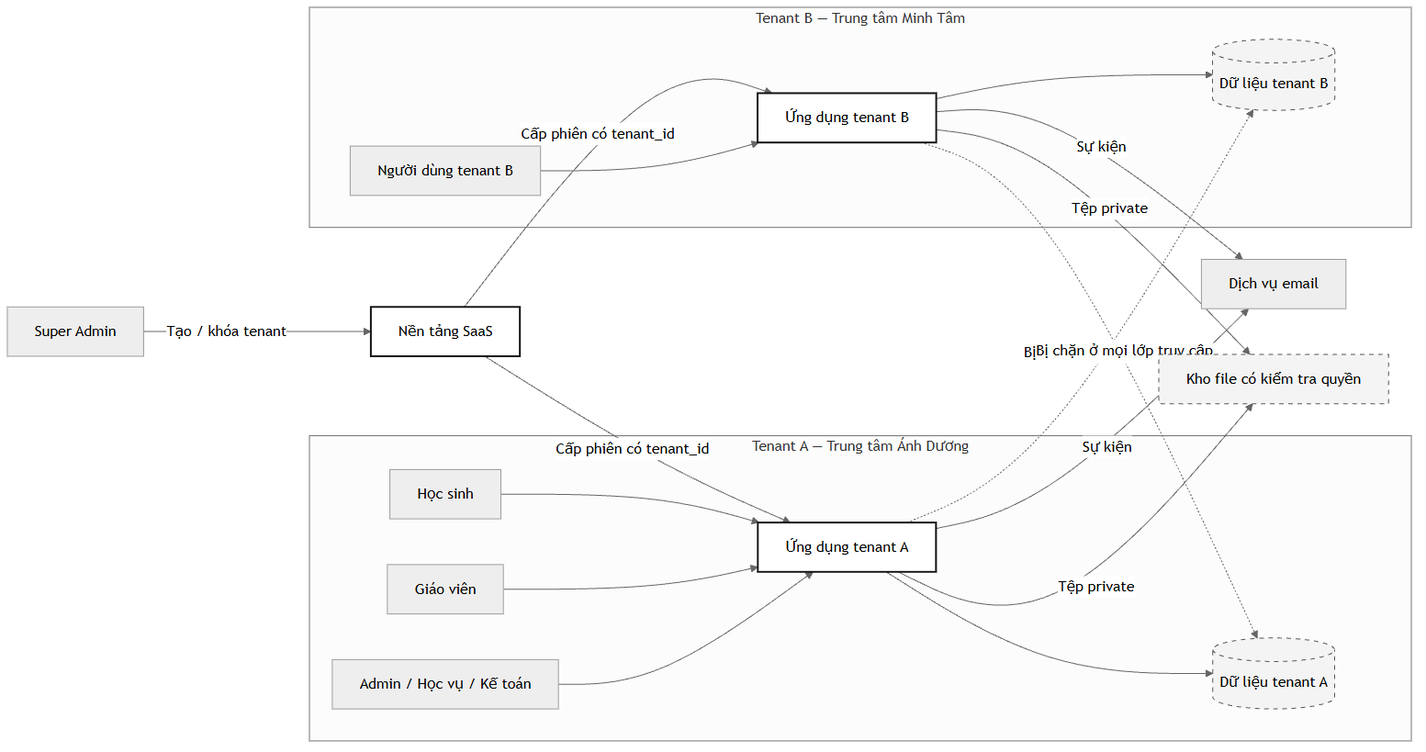
Earlier version of the Mermaid export docs/flows/rendered/png/FL-01-system-context.png (hieudn2412/class-manage-system). Its source is kept beside it as docs/flows/sources/FL-01-system-context.mmd.
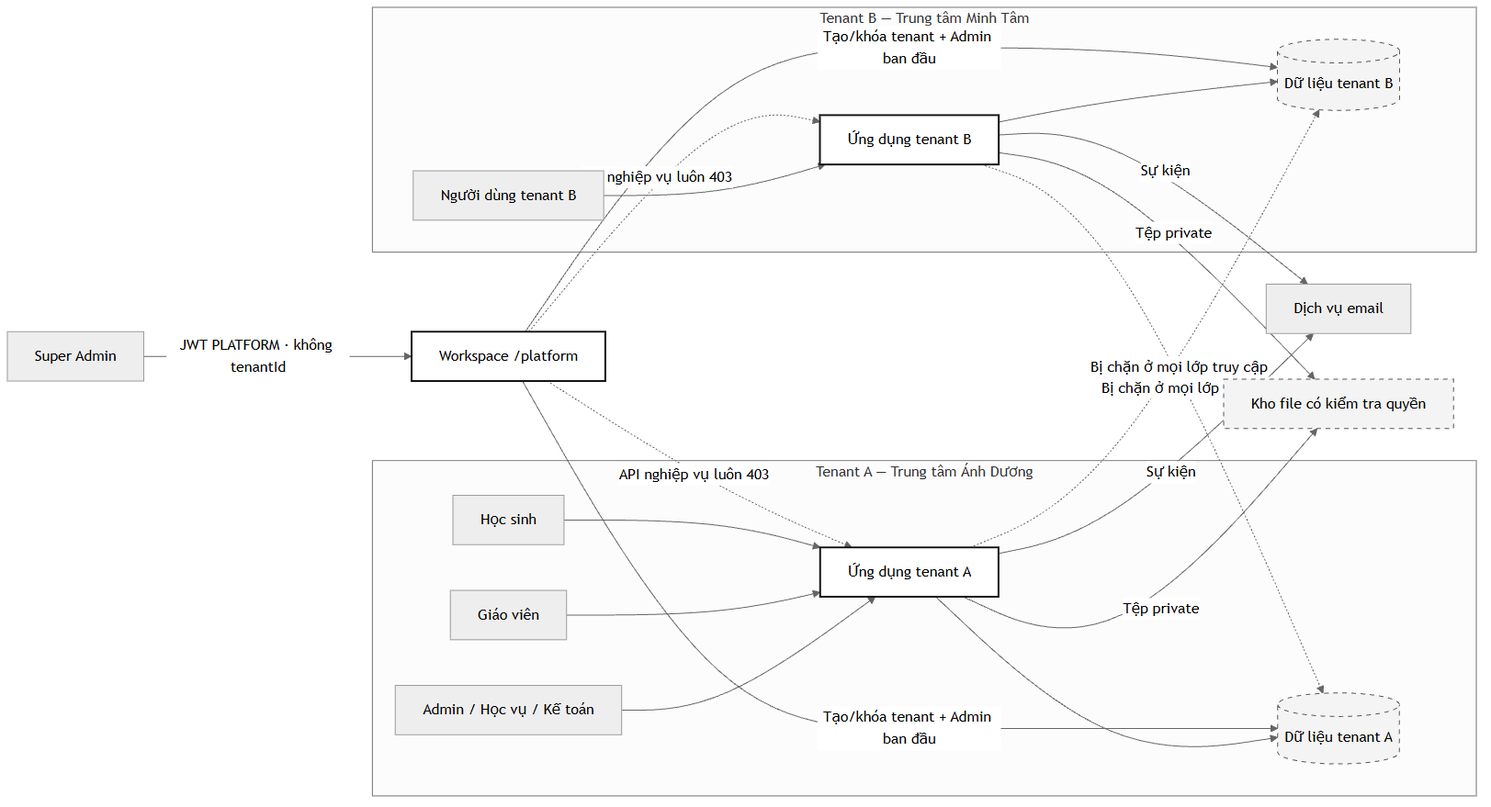
After the commit.

What changed in the source:
```diff
@@ -1,5 +1,5 @@
 flowchart LR
-  SA["Super Admin"] -->|"Tạo / khóa tenant"| PLATFORM["Nền tảng SaaS"]
+  SA["Super Admin"] -->|"JWT PLATFORM · không tenantId"| PLATFORM["Workspace /platform"]
 
   subgraph TA["Tenant A — Trung tâm Ánh Dương"]
     AADM["Admin / Học vụ / Kế toán"]
@@ -19,8 +19,10 @@
     APP_B --> BDATA
   end
 
-  PLATFORM -->|"Cấp phiên có tenant_id"| APP_A
-  PLATFORM -->|"Cấp phiên có tenant_id"| APP_B
+  PLATFORM -->|"Tạo/khóa tenant + Admin ban đầu"| ADATA
+  PLATFORM -->|"Tạo/khóa tenant + Admin ban đầu"| BDATA
+  PLATFORM -. "API nghiệp vụ luôn 403" .-> APP_A
+  PLATFORM -. "API nghiệp vụ luôn 403" .-> APP_B
   APP_A -. "Bị chặn ở mọi lớp truy cập" .-> BDATA
   APP_B -. "Bị chặn ở mọi lớp truy cập" .-> ADATA
 
```
